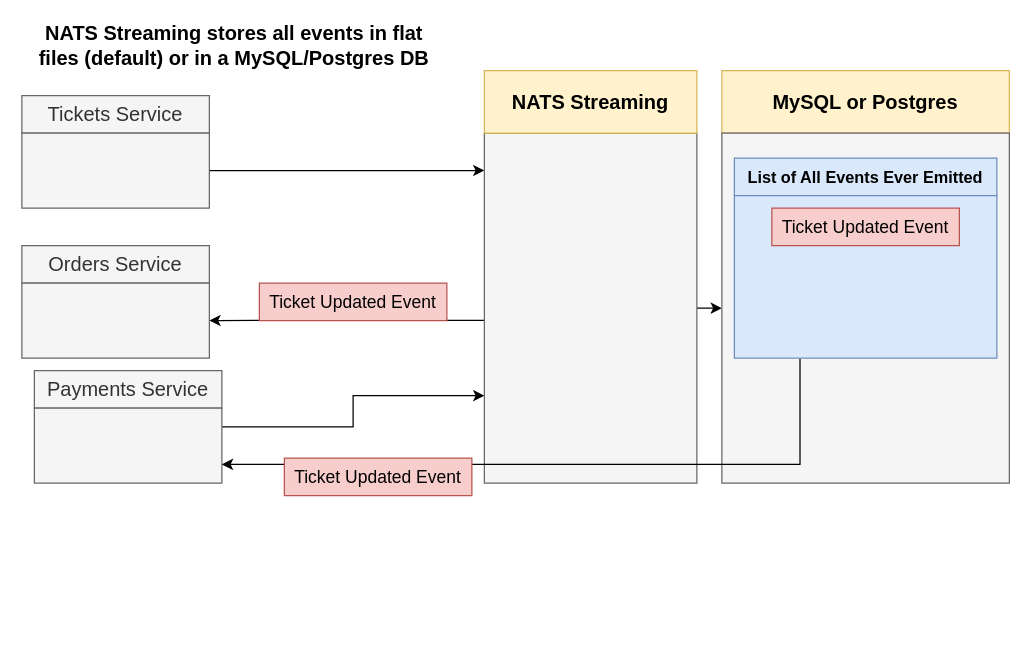
This is page "07 - db" (12 of 19) of diagrams/05/11.drawio from HappySuzuki/microservices-cast, a draw.io file, before an edit. Source tidied: cells renumbered, new cells numbered last; positions are measured from the earlier drawing's top-left corner, leaving out a move shared by most shapes. Both pictures are drawn from the tidied source at 125%, with x=0, y=0 at pixel (21, 32).
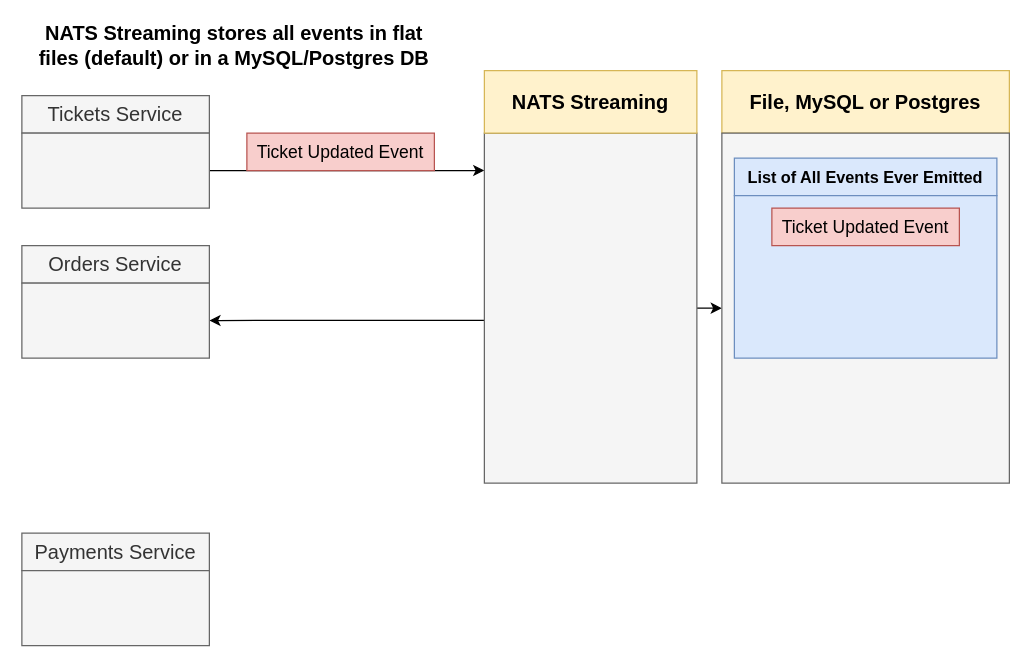
Above is the later version.

Unchanged cells that the change refers to:
```xml
<mxCell id="7" style="rounded=0;whiteSpace=wrap;html=1;fillColor=#f5f5f5;strokeColor=#666666;fontColor=#333333;" parent="1" vertex="1">
  <mxGeometry x="370" y="80" width="170" height="280" as="geometry" />
</mxCell>
<mxCell id="20" style="rounded=0;whiteSpace=wrap;html=1;fontSize=13;align=center;fillColor=#dae8fc;strokeColor=#6c8ebf;fontStyle=1;" parent="1" vertex="1">
  <mxGeometry x="570" y="130" width="210" height="130" as="geometry" />
</mxCell>
```

What changed in the source:
```diff
@@
     <mxCell id="10" value="Ticket Updated Event" style="rounded=0;whiteSpace=wrap;html=1;fontSize=14;fillColor=#f8cecc;strokeColor=#b85450;fontStyle=0;" parent="1" vertex="1">
-      <mxGeometry x="190" y="200" width="150" height="30" as="geometry" />
+      <mxGeometry x="180" y="80" width="150" height="30" as="geometry" />
     </mxCell>
@@
     <mxCell id="12" value="Payments Service" style="rounded=0;whiteSpace=wrap;html=1;fillColor=#f5f5f5;strokeColor=#666666;fontColor=#333333;fontStyle=0;fontSize=16;" parent="1" vertex="1">
-      <mxGeometry x="10" y="270" width="150" height="30" as="geometry" />
+      <mxGeometry y="400" width="150" height="30" as="geometry" />
     </mxCell>
-    <mxCell id="13" style="edgeStyle=orthogonalEdgeStyle;rounded=0;jettySize=auto;html=1;exitX=1;exitY=0.25;exitDx=0;exitDy=0;entryX=0;entryY=0.75;entryDx=0;entryDy=0;fontSize=13;" parent="1" edge="1" source="14" target="7">
-      <mxGeometry relative="1" as="geometry" />
-    </mxCell>
     <mxCell id="14" style="rounded=0;whiteSpace=wrap;html=1;fillColor=#f5f5f5;strokeColor=#666666;fontColor=#333333;" parent="1" vertex="1">
-      <mxGeometry x="10" y="300" width="150" height="60" as="geometry" />
+      <mxGeometry y="430" width="150" height="60" as="geometry" />
     </mxCell>
@@
-    <mxCell id="16" value="MySQL or Postgres" style="rounded=0;whiteSpace=wrap;html=1;fillColor=#fff2cc;strokeColor=#d6b656;fontStyle=1;fontSize=16;" parent="1" vertex="1">
+    <mxCell id="16" value="File, MySQL or Postgres" style="rounded=0;whiteSpace=wrap;html=1;fillColor=#fff2cc;strokeColor=#d6b656;fontStyle=1;fontSize=16;" parent="1" vertex="1">
       <mxGeometry x="560" y="30" width="230" height="50" as="geometry" />
     </mxCell>
@@
-    <mxCell id="19" style="edgeStyle=orthogonalEdgeStyle;rounded=0;jettySize=auto;html=1;exitX=0.25;exitY=1;exitDx=0;exitDy=0;entryX=1;entryY=0.75;entryDx=0;entryDy=0;fontSize=13;" parent="1" edge="1" source="20" target="14">
-      <mxGeometry relative="1" as="geometry" />
-    </mxCell>
@@
-    <mxCell id="22" value="Ticket Updated Event" style="rounded=0;whiteSpace=wrap;html=1;fontSize=14;fillColor=#f8cecc;strokeColor=#b85450;fontStyle=0;" parent="1" vertex="1">
-      <mxGeometry x="210" y="340" width="150" height="30" as="geometry" />
-    </mxCell>
```
